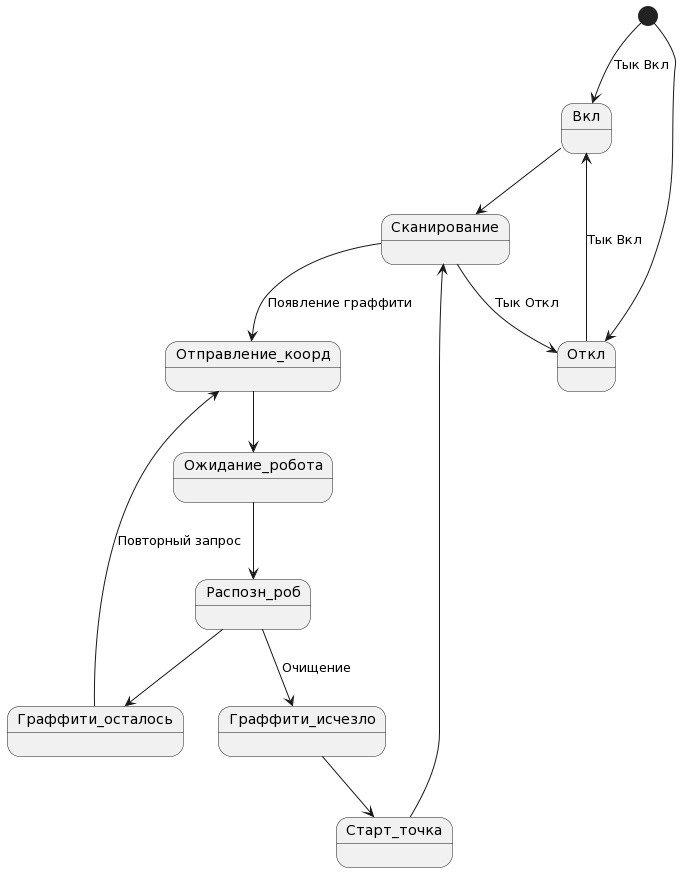
Anapkost/ArchIS keeps this PlantUML diagram as state diagramm.png. Above is the earlier version.
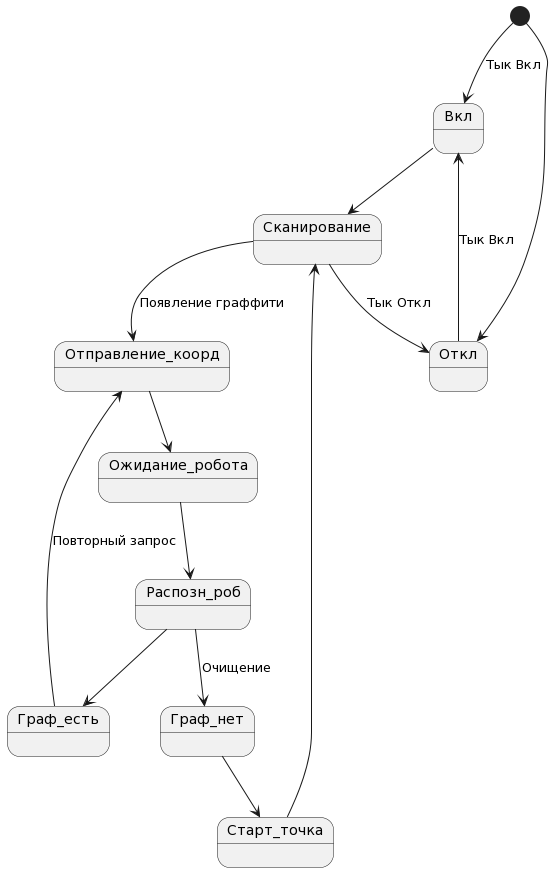
Later version of the same file.

Change to the diagram source:
```diff
@@ -9,9 +9,9 @@
 Сканирование --> Откл: Тык Откл
 Отправление_коорд --> Ожидание_робота
 Ожидание_робота --> Распозн_роб
-Распозн_роб --> Граффити_осталось
-Распозн_роб --> Граффити_исчезло: Очищение
-Граффити_исчезло --> Старт_точка
+Распозн_роб --> Граф_есть
+Распозн_роб --> Граф_нет: Очищение
+Граф_нет --> Старт_точка
 Старт_точка --> Сканирование
-Граффити_осталось --> Отправление_коорд: Повторный запрос
+Граф_есть --> Отправление_коорд: Повторный запрос
 @enduml
```
